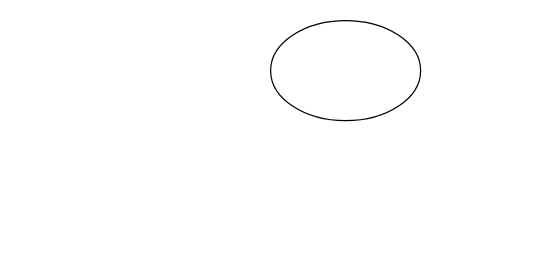
The draw.io diagram 名称未設定ファイル.drawio in Ganmo3/sample_app, before the edit. Source tidied: cells renumbered, new cells numbered last; positions are measured from the earlier drawing's top-left corner, leaving out a move shared by most shapes. Both pictures are drawn from the tidied source at 125%, with x=0, y=0 at pixel (270, 20).
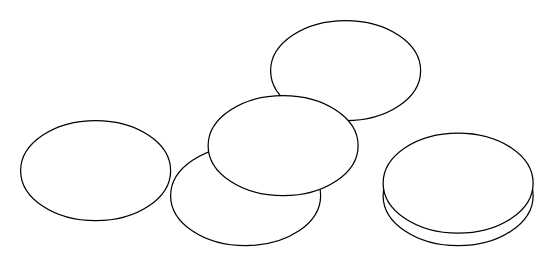
The same diagram, later.

Commit message (it also covers changes not shown here):
名称未設定ファイル.drawio を更新します

What changed in the source:
```diff
@@
 <mxGraphModel>
   <root>
     <mxCell id="0" />
     <mxCell id="1" parent="0" />
     <mxCell id="2" style="ellipse;whiteSpace=wrap;html=1;" parent="1" vertex="1">
       <mxGeometry width="120" height="80" as="geometry" />
     </mxCell>
+    <mxCell id="3" style="ellipse;whiteSpace=wrap;html=1;" parent="1" vertex="1">
+      <mxGeometry x="90" y="100" width="120" height="80" as="geometry" />
+    </mxCell>
+    <mxCell id="4" style="ellipse;whiteSpace=wrap;html=1;" parent="1" vertex="1">
+      <mxGeometry x="90" y="90" width="120" height="80" as="geometry" />
+    </mxCell>
+    <mxCell id="5" style="ellipse;whiteSpace=wrap;html=1;" parent="1" vertex="1">
+      <mxGeometry x="-80" y="100" width="120" height="80" as="geometry" />
+    </mxCell>
+    <mxCell id="6" style="ellipse;whiteSpace=wrap;html=1;" parent="1" vertex="1">
+      <mxGeometry x="-200" y="80" width="120" height="80" as="geometry" />
+    </mxCell>
+    <mxCell id="7" style="ellipse;whiteSpace=wrap;html=1;" parent="1" vertex="1">
+      <mxGeometry x="-50" y="60" width="120" height="80" as="geometry" />
+    </mxCell>
   </root>
 </mxGraphModel>
```
